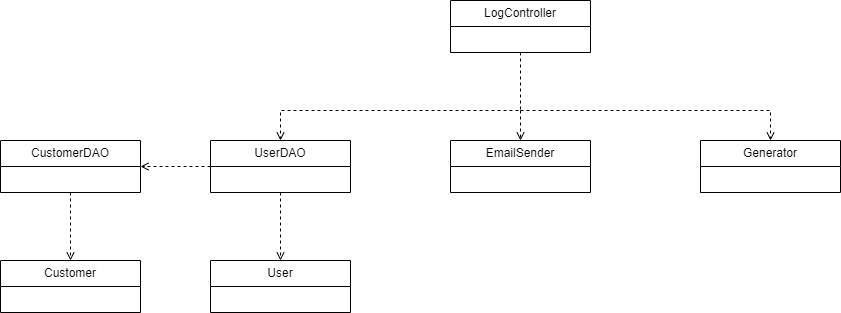
Before: document/SDS/8.Function_Register/Class_Diagram/Register_Class_Diagram.drawio.png, a diagram exported from draw.io (QuocZuong/perfume-store). Source tidied: cells renumbered, new cells last; positions are measured from the earlier drawing's top-left corner, leaving out a move shared by most shapes.
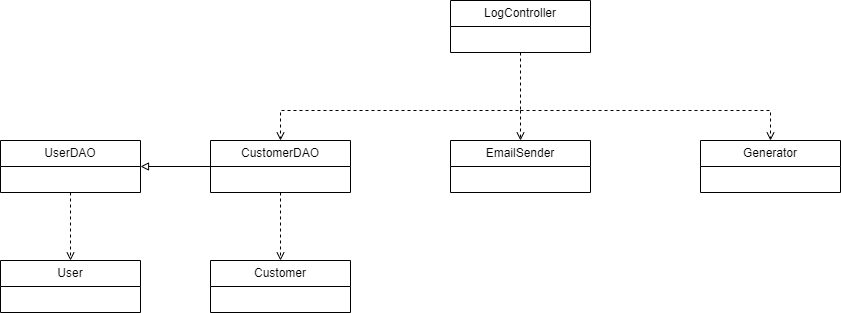
Above is the later version.

Change to the diagram source:
```diff
@@ -5,10 +5,10 @@
     <mxCell id="2" value="LogController" style="swimlane;fontStyle=0;horizontal=1;startSize=26;fillColor=none;whiteSpace=wrap;html=1;" parent="1" vertex="1">
       <mxGeometry x="450" width="140" height="52" as="geometry" />
     </mxCell>
-    <mxCell id="3" value="UserDAO" style="swimlane;fontStyle=0;horizontal=1;startSize=26;fillColor=none;whiteSpace=wrap;html=1;" parent="1" vertex="1">
+    <mxCell id="3" value="CustomerDAO" style="swimlane;fontStyle=0;horizontal=1;startSize=26;fillColor=none;whiteSpace=wrap;html=1;" parent="1" vertex="1">
       <mxGeometry x="210" y="140" width="140" height="52" as="geometry" />
     </mxCell>
-    <mxCell id="4" value="User" style="swimlane;fontStyle=0;horizontal=1;startSize=26;fillColor=none;whiteSpace=wrap;html=1;" parent="1" vertex="1">
+    <mxCell id="4" value="Customer" style="swimlane;fontStyle=0;horizontal=1;startSize=26;fillColor=none;whiteSpace=wrap;html=1;" parent="1" vertex="1">
       <mxGeometry x="210" y="260" width="140" height="52" as="geometry" />
     </mxCell>
     <mxCell id="5" style="endArrow=open;html=1;rounded=0;exitX=0.5;exitY=1;exitDx=0;exitDy=0;entryX=0.5;entryY=0;entryDx=0;entryDy=0;dashed=1;endFill=0;endSize=6;" parent="1" edge="1" source="2" target="3">
@@ -41,17 +41,17 @@
         </Array>
       </mxGeometry>
     </mxCell>
-    <mxCell id="11" value="CustomerDAO" style="swimlane;fontStyle=0;horizontal=1;startSize=26;fillColor=none;whiteSpace=wrap;html=1;" parent="1" vertex="1">
+    <mxCell id="11" value="UserDAO" style="swimlane;fontStyle=0;horizontal=1;startSize=26;fillColor=none;whiteSpace=wrap;html=1;" parent="1" vertex="1">
       <mxGeometry y="140" width="140" height="52" as="geometry" />
     </mxCell>
-    <mxCell id="12" value="Customer" style="swimlane;fontStyle=0;horizontal=1;startSize=26;fillColor=none;whiteSpace=wrap;html=1;" parent="1" vertex="1">
+    <mxCell id="12" value="User" style="swimlane;fontStyle=0;horizontal=1;startSize=26;fillColor=none;whiteSpace=wrap;html=1;" parent="1" vertex="1">
       <mxGeometry y="260" width="140" height="52" as="geometry" />
     </mxCell>
+    <mxCell id="14" style="endArrow=open;html=1;rounded=0;entryX=0.5;entryY=0;entryDx=0;entryDy=0;dashed=1;endFill=0;endSize=6;exitX=0.5;exitY=1;exitDx=0;exitDy=0;" parent="1" edge="1" source="11" target="12">
+      <mxGeometry relative="1" as="geometry" />
+    </mxCell>
-    <mxCell id="13" style="endArrow=open;html=1;rounded=0;entryX=1;entryY=0.5;entryDx=0;entryDy=0;dashed=1;endFill=0;endSize=6;exitX=0;exitY=0.5;exitDx=0;exitDy=0;" parent="1" edge="1" source="3" target="11">
+    <mxCell id="13" style="endArrow=block;html=1;rounded=0;exitX=0;exitY=0.5;exitDx=0;exitDy=0;entryX=1;entryY=0.5;entryDx=0;entryDy=0;endFill=0;" parent="1" edge="1" source="3" target="11">
       <mxGeometry relative="1" as="geometry" />
     </mxCell>
-    <mxCell id="14" style="endArrow=open;html=1;rounded=0;entryX=0.5;entryY=0;entryDx=0;entryDy=0;dashed=1;endFill=0;endSize=6;exitX=0.5;exitY=1;exitDx=0;exitDy=0;" parent="1" edge="1" source="11" target="12">
-      <mxGeometry relative="1" as="geometry" />
-    </mxCell>
   </root>
 </mxGraphModel>
```
